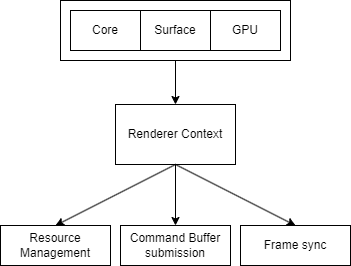
The draw.io diagram docs/report/images/renderer_architecture.png in ZOulhadj/vmve, before a commit. Source tidied: cells renumbered, new cells last; positions are measured from the earlier drawing's top-left corner, leaving out a move shared by most shapes. Its diagram source:
```xml
<mxGraphModel>
  <root>
    <mxCell id="0" />
    <mxCell id="1" parent="0" />
    <mxCell id="2" style="rounded=0;whiteSpace=wrap;html=1;shadow=0;glass=0;sketch=0;" parent="1" vertex="1">
      <mxGeometry x="60" width="230" height="60" as="geometry" />
    </mxCell>
    <mxCell id="3" value="Renderer Context" style="rounded=0;whiteSpace=wrap;html=1;shadow=0;glass=0;sketch=0;" parent="1" vertex="1">
      <mxGeometry x="115" y="104" width="120" height="60" as="geometry" />
    </mxCell>
    <mxCell id="4" value="Core" style="rounded=0;whiteSpace=wrap;html=1;shadow=0;glass=0;sketch=0;" parent="1" vertex="1">
      <mxGeometry x="70" y="10" width="70" height="40" as="geometry" />
    </mxCell>
    <mxCell id="5" value="Surface" style="rounded=0;whiteSpace=wrap;html=1;shadow=0;glass=0;sketch=0;" parent="1" vertex="1">
      <mxGeometry x="140" y="10" width="70" height="40" as="geometry" />
    </mxCell>
    <mxCell id="6" value="GPU" style="rounded=0;whiteSpace=wrap;html=1;shadow=0;glass=0;sketch=0;" parent="1" vertex="1">
      <mxGeometry x="210" y="10" width="70" height="40" as="geometry" />
    </mxCell>
    <mxCell id="7" style="endArrow=classic;html=1;rounded=0;shadow=0;sketch=0;strokeColor=default;elbow=vertical;exitX=0.5;exitY=1;exitDx=0;exitDy=0;entryX=0.5;entryY=0;entryDx=0;entryDy=0;" parent="1" edge="1" source="2" target="3">
      <mxGeometry relative="1" as="geometry" />
    </mxCell>
    <mxCell id="8" value="Resource Management" style="rounded=0;whiteSpace=wrap;html=1;shadow=0;glass=0;sketch=0;" parent="1" vertex="1">
      <mxGeometry y="225" width="110" height="40" as="geometry" />
    </mxCell>
    <mxCell id="9" value="Command Buffer submission" style="rounded=0;whiteSpace=wrap;html=1;shadow=0;glass=0;sketch=0;" parent="1" vertex="1">
      <mxGeometry x="120" y="225" width="110" height="40" as="geometry" />
    </mxCell>
    <mxCell id="10" style="endArrow=classic;html=1;rounded=0;shadow=0;sketch=0;strokeColor=default;elbow=vertical;exitX=0.5;exitY=1;exitDx=0;exitDy=0;entryX=0.5;entryY=0;entryDx=0;entryDy=0;" parent="1" edge="1" source="3" target="8">
      <mxGeometry relative="1" as="geometry" />
    </mxCell>
    <mxCell id="11" style="endArrow=classic;html=1;rounded=0;shadow=0;sketch=0;strokeColor=default;elbow=vertical;exitX=0.5;exitY=1;exitDx=0;exitDy=0;entryX=0.5;entryY=0;entryDx=0;entryDy=0;" parent="1" edge="1" source="3" target="9">
      <mxGeometry relative="1" as="geometry" />
    </mxCell>
    <mxCell id="12" value="Frame sync" style="rounded=0;whiteSpace=wrap;html=1;shadow=0;glass=0;sketch=0;" parent="1" vertex="1">
      <mxGeometry x="240" y="225" width="110" height="40" as="geometry" />
    </mxCell>
    <mxCell id="13" style="endArrow=classic;html=1;rounded=0;shadow=0;sketch=0;strokeColor=default;elbow=vertical;exitX=0.5;exitY=1;exitDx=0;exitDy=0;entryX=0.5;entryY=0;entryDx=0;entryDy=0;" parent="1" edge="1" source="3" target="12">
      <mxGeometry relative="1" as="geometry" />
    </mxCell>
  </root>
</mxGraphModel>
```
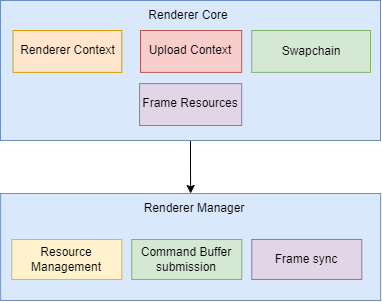
After the commit.

The edit, as a diff of the source:
```diff
@@ -2,41 +2,53 @@
   <root>
     <mxCell id="0" />
     <mxCell id="1" parent="0" />
-    <mxCell id="2" style="rounded=0;whiteSpace=wrap;html=1;shadow=0;glass=0;sketch=0;" parent="1" vertex="1">
-      <mxGeometry x="60" width="230" height="60" as="geometry" />
+    <mxCell id="2" style="edgeStyle=orthogonalEdgeStyle;rounded=0;jettySize=auto;html=1;entryX=0.5;entryY=0;entryDx=0;entryDy=0;" parent="1" edge="1" source="3" target="13">
+      <mxGeometry relative="1" as="geometry" />
     </mxCell>
-    <mxCell id="3" value="Renderer Context" style="rounded=0;whiteSpace=wrap;html=1;shadow=0;glass=0;sketch=0;" parent="1" vertex="1">
-      <mxGeometry x="115" y="104" width="120" height="60" as="geometry" />
+    <mxCell id="3" style="rounded=0;whiteSpace=wrap;html=1;fillColor=#dae8fc;strokeColor=#6c8ebf;" parent="1" vertex="1">
+      <mxGeometry x="-190" y="275" width="380" height="140" as="geometry" />
     </mxCell>
-    <mxCell id="4" value="Core" style="rounded=0;whiteSpace=wrap;html=1;shadow=0;glass=0;sketch=0;" parent="1" vertex="1">
-      <mxGeometry x="70" y="10" width="70" height="40" as="geometry" />
+    <mxCell id="4" value="Renderer Core" style="text;html=1;strokeColor=none;fillColor=none;align=center;verticalAlign=middle;whiteSpace=wrap;rounded=0;" parent="1" vertex="1">
+      <mxGeometry x="-57.1" y="275" width="110" height="30" as="geometry" />
     </mxCell>
-    <mxCell id="5" value="Surface" style="rounded=0;whiteSpace=wrap;html=1;shadow=0;glass=0;sketch=0;" parent="1" vertex="1">
-      <mxGeometry x="140" y="10" width="70" height="40" as="geometry" />
+    <mxCell id="5" style="group;fillColor=#e1d5e7;strokeColor=#9673a6;" parent="1" vertex="1">
+      <mxGeometry x="-50.9" y="358.1" width="102.1" height="41.9" as="geometry" />
     </mxCell>
-    <mxCell id="6" value="GPU" style="rounded=0;whiteSpace=wrap;html=1;shadow=0;glass=0;sketch=0;" parent="1" vertex="1">
-      <mxGeometry x="210" y="10" width="70" height="40" as="geometry" />
+    <mxCell id="6" style="rounded=0;whiteSpace=wrap;html=1;fillColor=#d5e8d4;strokeColor=#82b366;" parent="1" vertex="1">
+      <mxGeometry x="61.3" y="305" width="118.7" height="41.9" as="geometry" />
     </mxCell>
-    <mxCell id="7" style="endArrow=classic;html=1;rounded=0;shadow=0;sketch=0;strokeColor=default;elbow=vertical;exitX=0.5;exitY=1;exitDx=0;exitDy=0;entryX=0.5;entryY=0;entryDx=0;entryDy=0;" parent="1" edge="1" source="2" target="3">
-      <mxGeometry relative="1" as="geometry" />
+    <mxCell id="7" value="Swapchain" style="text;html=1;strokeColor=none;fillColor=none;align=center;verticalAlign=middle;whiteSpace=wrap;rounded=0;" parent="1" vertex="1">
+      <mxGeometry x="63.8" y="317.6" width="113.7" height="16.8" as="geometry" />
     </mxCell>
-    <mxCell id="8" value="Resource Management" style="rounded=0;whiteSpace=wrap;html=1;shadow=0;glass=0;sketch=0;" parent="1" vertex="1">
-      <mxGeometry y="225" width="110" height="40" as="geometry" />
+    <mxCell id="8" style="rounded=0;whiteSpace=wrap;html=1;fillColor=#ffe6cc;strokeColor=#d79b00;" parent="1" vertex="1">
+      <mxGeometry x="-177.5" y="305" width="108.7" height="41.9" as="geometry" />
     </mxCell>
-    <mxCell id="9" value="Command Buffer submission" style="rounded=0;whiteSpace=wrap;html=1;shadow=0;glass=0;sketch=0;" parent="1" vertex="1">
-      <mxGeometry x="120" y="225" width="110" height="40" as="geometry" />
+    <mxCell id="9" value="Renderer Context" style="text;html=1;strokeColor=none;fillColor=none;align=center;verticalAlign=middle;whiteSpace=wrap;rounded=0;" parent="1" vertex="1">
+      <mxGeometry x="-172.5" y="316.9" width="98.7" height="16.8" as="geometry" />
     </mxCell>
-    <mxCell id="10" style="endArrow=classic;html=1;rounded=0;shadow=0;sketch=0;strokeColor=default;elbow=vertical;exitX=0.5;exitY=1;exitDx=0;exitDy=0;entryX=0.5;entryY=0;entryDx=0;entryDy=0;" parent="1" edge="1" source="3" target="8">
-      <mxGeometry relative="1" as="geometry" />
+    <mxCell id="10" value="Frame Resources" style="text;html=1;strokeColor=none;fillColor=none;align=center;verticalAlign=middle;whiteSpace=wrap;rounded=0;" parent="1" vertex="1">
+      <mxGeometry x="-50.9" y="370" width="102.1" height="16.8" as="geometry" />
     </mxCell>
-    <mxCell id="11" style="endArrow=classic;html=1;rounded=0;shadow=0;sketch=0;strokeColor=default;elbow=vertical;exitX=0.5;exitY=1;exitDx=0;exitDy=0;entryX=0.5;entryY=0;entryDx=0;entryDy=0;" parent="1" edge="1" source="3" target="9">
-      <mxGeometry relative="1" as="geometry" />
+    <mxCell id="11" style="rounded=0;whiteSpace=wrap;html=1;fillColor=#f8cecc;strokeColor=#b85450;" parent="1" vertex="1">
+      <mxGeometry x="-50" y="305" width="101.2" height="41.9" as="geometry" />
     </mxCell>
-    <mxCell id="12" value="Frame sync" style="rounded=0;whiteSpace=wrap;html=1;shadow=0;glass=0;sketch=0;" parent="1" vertex="1">
-      <mxGeometry x="240" y="225" width="110" height="40" as="geometry" />
+    <mxCell id="12" value="Upload Context" style="text;html=1;strokeColor=none;fillColor=none;align=center;verticalAlign=middle;whiteSpace=wrap;rounded=0;" parent="1" vertex="1">
+      <mxGeometry x="-51.2" y="316.9" width="102.4" height="16.2" as="geometry" />
     </mxCell>
-    <mxCell id="13" style="endArrow=classic;html=1;rounded=0;shadow=0;sketch=0;strokeColor=default;elbow=vertical;exitX=0.5;exitY=1;exitDx=0;exitDy=0;entryX=0.5;entryY=0;entryDx=0;entryDy=0;" parent="1" edge="1" source="3" target="12">
-      <mxGeometry relative="1" as="geometry" />
+    <mxCell id="13" style="rounded=0;whiteSpace=wrap;html=1;fillColor=#dae8fc;strokeColor=#6c8ebf;" parent="1" vertex="1">
+      <mxGeometry x="-189.9" y="468" width="380" height="107" as="geometry" />
     </mxCell>
+    <mxCell id="14" value="Resource Management" style="rounded=0;whiteSpace=wrap;html=1;shadow=0;glass=0;sketch=0;fillColor=#fff2cc;strokeColor=#d6b656;" parent="1" vertex="1">
+      <mxGeometry x="-178.7" y="514" width="110" height="40" as="geometry" />
+    </mxCell>
+    <mxCell id="15" value="Command Buffer submission" style="rounded=0;whiteSpace=wrap;html=1;shadow=0;glass=0;sketch=0;fillColor=#d5e8d4;strokeColor=#82b366;" parent="1" vertex="1">
+      <mxGeometry x="-58.7" y="514" width="110" height="40" as="geometry" />
+    </mxCell>
+    <mxCell id="16" value="Frame sync" style="rounded=0;whiteSpace=wrap;html=1;shadow=0;glass=0;sketch=0;fillColor=#e1d5e7;strokeColor=#9673a6;" parent="1" vertex="1">
+      <mxGeometry x="61.3" y="514" width="110" height="40" as="geometry" />
+    </mxCell>
+    <mxCell id="17" value="Renderer Manager" style="text;html=1;strokeColor=none;fillColor=none;align=center;verticalAlign=middle;whiteSpace=wrap;rounded=0;" parent="1" vertex="1">
+      <mxGeometry x="-50.9" y="468" width="110" height="30" as="geometry" />
+    </mxCell>
   </root>
 </mxGraphModel>
```
